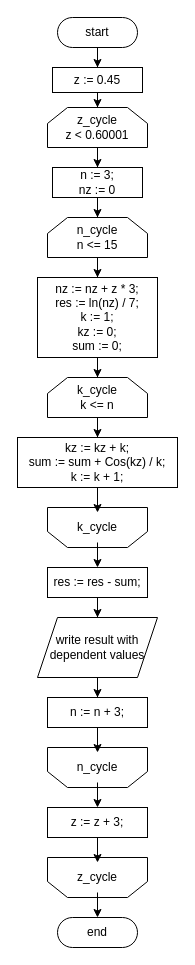
Earlier version of the draw.io diagram 2/Untitled Diagram.drawio (bsuir-readyk/control-1). Source tidied: cells renumbered, new cells numbered last; positions are measured from the earlier drawing's top-left corner, leaving out a move shared by most shapes. Both pictures are drawn from the tidied source at 100%, with x=0, y=0 at pixel (17, 17).
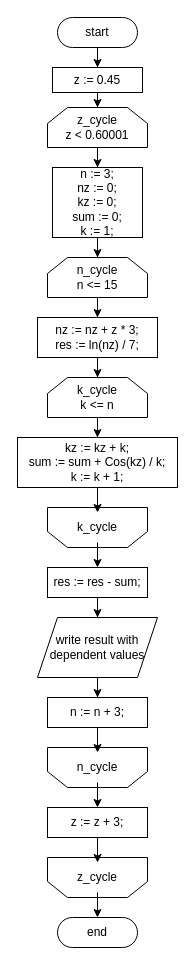
After the change.

Diff of the diagram source:
```diff
@@
-    <mxCell id="10" value="n := 3;&lt;div&gt;nz := 0&lt;/div&gt;" style="whiteSpace=wrap;html=1;" parent="1" vertex="1">
-      <mxGeometry x="35" y="150" width="90" height="30" as="geometry" />
+    <mxCell id="10" value="n := 3;&lt;div&gt;nz := 0;&lt;/div&gt;&lt;div&gt;kz := 0;&lt;/div&gt;&lt;div&gt;sum := 0;&lt;br&gt;&lt;/div&gt;&lt;div&gt;k := 1;&lt;br&gt;&lt;/div&gt;" style="whiteSpace=wrap;html=1;" parent="1" vertex="1">
+      <mxGeometry x="35" y="150" width="90" height="70" as="geometry" />
     </mxCell>
@@
     <mxCell id="12" value="n_cycle&lt;div&gt;n &amp;lt;= 15&lt;/div&gt;" style="shape=loopLimit;whiteSpace=wrap;html=1;" parent="1" vertex="1">
-      <mxGeometry x="30" y="200" width="100" height="40" as="geometry" />
+      <mxGeometry x="30" y="240" width="100" height="40" as="geometry" />
     </mxCell>
@@
-    <mxCell id="17" value="&lt;div&gt;nz := nz + z * 3;&lt;/div&gt;&lt;div&gt;res := ln(nz) / 7;&lt;/div&gt;&lt;div&gt;k := 1;&lt;/div&gt;&lt;div&gt;kz := 0;&lt;/div&gt;&lt;div&gt;sum := 0;&lt;/div&gt;" style="whiteSpace=wrap;html=1;" parent="1" vertex="1">
-      <mxGeometry x="20" y="260" width="120" height="80" as="geometry" />
+    <mxCell id="17" value="&lt;div&gt;nz := nz + z * 3;&lt;/div&gt;&lt;div&gt;res := ln(nz) / 7;&lt;/div&gt;" style="whiteSpace=wrap;html=1;" parent="1" vertex="1">
+      <mxGeometry x="20" y="300" width="120" height="40" as="geometry" />
     </mxCell>
```
